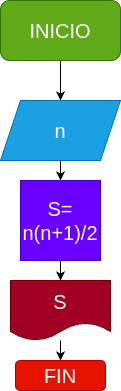
Above: diagrama.png in AndresCastillo15/Suma_n_N-meros (draw.io), before the change. Source tidied: cells renumbered, new cells last; positions are measured from the earlier drawing's top-left corner, leaving out a move shared by most shapes. Its diagram source:
```xml
<mxGraphModel>
  <root>
    <mxCell id="0" />
    <mxCell id="1" parent="0" />
    <mxCell id="2" style="edgeStyle=none;html=1;fontSize=20;" parent="1" edge="1" source="3" target="5">
      <mxGeometry relative="1" as="geometry" />
    </mxCell>
    <mxCell id="3" value="&lt;font style=&quot;font-size: 20px;&quot;&gt;INICIO&lt;/font&gt;" style="rounded=1;whiteSpace=wrap;html=1;fillColor=#60a917;fontColor=#ffffff;strokeColor=#2D7600;" parent="1" vertex="1">
      <mxGeometry width="120" height="60" as="geometry" />
    </mxCell>
    <mxCell id="4" style="edgeStyle=none;html=1;fontSize=20;" parent="1" edge="1" source="5" target="7">
      <mxGeometry relative="1" as="geometry" />
    </mxCell>
    <mxCell id="5" value="n" style="shape=parallelogram;perimeter=parallelogramPerimeter;whiteSpace=wrap;html=1;fixedSize=1;fontSize=20;fillColor=#1ba1e2;fontColor=#ffffff;strokeColor=#006EAF;" parent="1" vertex="1">
      <mxGeometry y="100" width="120" height="60" as="geometry" />
    </mxCell>
    <mxCell id="6" style="edgeStyle=none;html=1;fontSize=20;" parent="1" edge="1" source="7" target="9">
      <mxGeometry relative="1" as="geometry" />
    </mxCell>
    <mxCell id="7" value="S= n(n+1)/2" style="whiteSpace=wrap;html=1;fontSize=20;fillColor=#6a00ff;fontColor=#ffffff;strokeColor=#3700CC;" parent="1" vertex="1">
      <mxGeometry x="20" y="180" width="80" height="80" as="geometry" />
    </mxCell>
    <mxCell id="8" style="edgeStyle=none;html=1;fontSize=20;" parent="1" edge="1" source="9" target="10">
      <mxGeometry relative="1" as="geometry" />
    </mxCell>
    <mxCell id="9" value="S" style="shape=document;whiteSpace=wrap;html=1;boundedLbl=1;fontSize=20;fillColor=#a20025;fontColor=#ffffff;strokeColor=#6F0000;" parent="1" vertex="1">
      <mxGeometry x="10" y="280" width="100" height="60" as="geometry" />
    </mxCell>
    <mxCell id="10" value="FIN" style="rounded=1;whiteSpace=wrap;html=1;fontSize=20;fillColor=#e51400;fontColor=#ffffff;strokeColor=#B20000;" parent="1" vertex="1">
      <mxGeometry x="15" y="360" width="90" height="30" as="geometry" />
    </mxCell>
  </root>
</mxGraphModel>
```
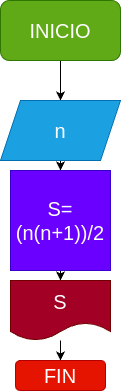
The same file after the commit.

Change to the diagram source:
```diff
@@ -17,8 +17,8 @@
     <mxCell id="6" style="edgeStyle=none;html=1;fontSize=20;" parent="1" edge="1" source="7" target="9">
       <mxGeometry relative="1" as="geometry" />
     </mxCell>
-    <mxCell id="7" value="S= n(n+1)/2" style="whiteSpace=wrap;html=1;fontSize=20;fillColor=#6a00ff;fontColor=#ffffff;strokeColor=#3700CC;" parent="1" vertex="1">
-      <mxGeometry x="20" y="180" width="80" height="80" as="geometry" />
+    <mxCell id="7" value="S= (n(n+1))/2" style="whiteSpace=wrap;html=1;fontSize=20;fillColor=#6a00ff;fontColor=#ffffff;strokeColor=#3700CC;" parent="1" vertex="1">
+      <mxGeometry x="10" y="170" width="100" height="100" as="geometry" />
     </mxCell>
     <mxCell id="8" style="edgeStyle=none;html=1;fontSize=20;" parent="1" edge="1" source="9" target="10">
       <mxGeometry relative="1" as="geometry" />
```
